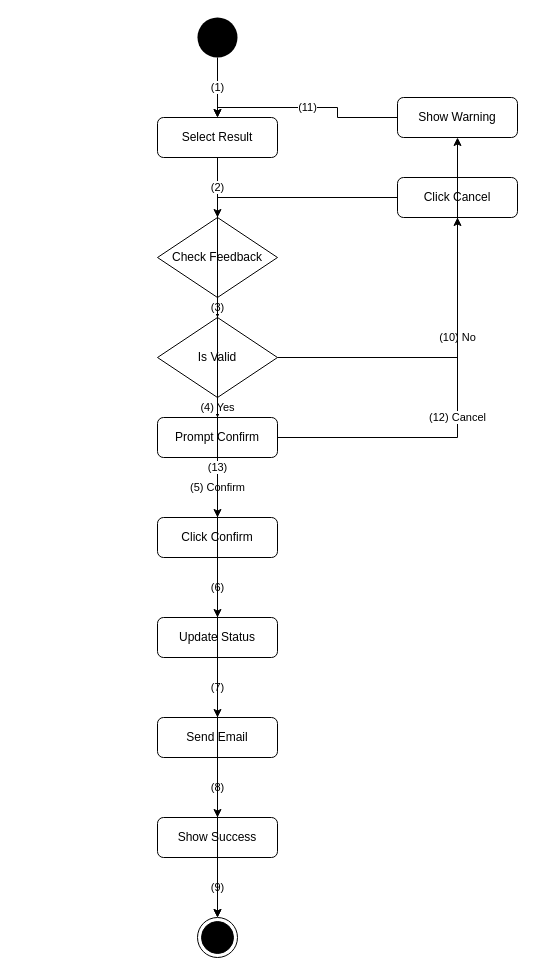
Before: activity_flow/uc44_activity_flow.drawio in kingDlight/UEIMS_Project, a draw.io diagram. Source tidied: cells renumbered, new cells numbered last; positions are measured from the earlier drawing's top-left corner, leaving out a move shared by most shapes. Both pictures are drawn from the tidied source at 100%, with x=0, y=0 at pixel (157, 17).
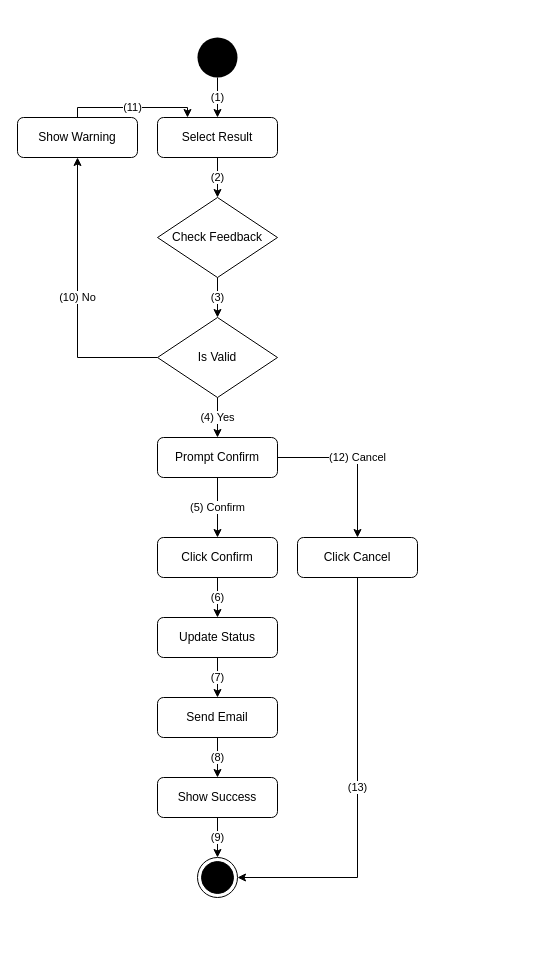
After the change.

The change refers to these unchanged cells:
```xml
<mxCell id="3" value="Select Result" style="rounded=1;whiteSpace=wrap;html=1;" parent="1" vertex="1">
  <mxGeometry y="100" width="120" height="40" as="geometry" />
</mxCell>
<mxCell id="5" value="Is Valid" style="rhombus;whiteSpace=wrap;html=1;" parent="1" vertex="1">
  <mxGeometry y="300" width="120" height="80" as="geometry" />
</mxCell>
```

Diff of the diagram source:
```diff
@@
     <mxCell id="2" style="ellipse;whiteSpace=wrap;html=1;fillColor=#000000;strokeColor=none;" parent="1" vertex="1">
-      <mxGeometry x="40" width="40" height="40" as="geometry" />
+      <mxGeometry x="40" y="20" width="40" height="40" as="geometry" />
     </mxCell>
@@
     <mxCell id="4" value="Check Feedback" style="rhombus;whiteSpace=wrap;html=1;" parent="1" vertex="1">
-      <mxGeometry y="200" width="120" height="80" as="geometry" />
+      <mxGeometry y="180" width="120" height="80" as="geometry" />
     </mxCell>
@@
     <mxCell id="6" value="Prompt Confirm" style="rounded=1;whiteSpace=wrap;html=1;" parent="1" vertex="1">
-      <mxGeometry y="400" width="120" height="40" as="geometry" />
+      <mxGeometry y="420" width="120" height="40" as="geometry" />
     </mxCell>
     <mxCell id="7" value="Click Confirm" style="rounded=1;whiteSpace=wrap;html=1;" parent="1" vertex="1">
-      <mxGeometry y="500" width="120" height="40" as="geometry" />
+      <mxGeometry y="520" width="120" height="40" as="geometry" />
     </mxCell>
@@
     <mxCell id="9" value="Send Email" style="rounded=1;whiteSpace=wrap;html=1;" parent="1" vertex="1">
-      <mxGeometry y="700" width="120" height="40" as="geometry" />
+      <mxGeometry y="680" width="120" height="40" as="geometry" />
     </mxCell>
     <mxCell id="10" value="Show Success" style="rounded=1;whiteSpace=wrap;html=1;" parent="1" vertex="1">
-      <mxGeometry y="800" width="120" height="40" as="geometry" />
+      <mxGeometry y="760" width="120" height="40" as="geometry" />
     </mxCell>
     <mxCell id="11" style="ellipse;html=1;shape=endState;fillColor=#000000;strokeColor=#000000;" parent="1" vertex="1">
-      <mxGeometry x="40" y="900" width="40" height="40" as="geometry" />
+      <mxGeometry x="40" y="840" width="40" height="40" as="geometry" />
     </mxCell>
     <mxCell id="12" value="Show Warning" style="rounded=1;whiteSpace=wrap;html=1;" parent="1" vertex="1">
-      <mxGeometry x="240" y="80" width="120" height="40" as="geometry" />
+      <mxGeometry x="-140" y="100" width="120" height="40" as="geometry" />
     </mxCell>
     <mxCell id="13" value="Click Cancel" style="rounded=1;whiteSpace=wrap;html=1;" parent="1" vertex="1">
-      <mxGeometry x="240" y="160" width="120" height="40" as="geometry" />
+      <mxGeometry x="140" y="520" width="120" height="40" as="geometry" />
     </mxCell>
@@
-    <mxCell id="23" value="(10) No" style="edgeStyle=orthogonalEdgeStyle;rounded=0;html=1;exitX=1;exitY=0.5;entryX=0.5;entryY=1;" parent="1" edge="1" source="5" target="12">
+    <mxCell id="23" value="(10) No" style="edgeStyle=orthogonalEdgeStyle;rounded=0;html=1;exitX=0;exitY=0.5;entryX=0.5;entryY=1;exitDx=0;exitDy=0;" parent="1" edge="1" source="5" target="12">
       <mxGeometry relative="1" as="geometry" />
     </mxCell>
-    <mxCell id="24" value="(11)" style="edgeStyle=orthogonalEdgeStyle;rounded=0;html=1;exitX=0;exitY=0.5;entryX=0.5;entryY=0;" parent="1" edge="1" source="12" target="3">
+    <mxCell id="24" value="(11)" style="edgeStyle=orthogonalEdgeStyle;rounded=0;html=1;exitX=0.5;exitY=0;entryX=0.25;entryY=0;entryDx=0;entryDy=0;exitDx=0;exitDy=0;" parent="1" edge="1" source="12" target="3">
       <mxGeometry relative="1" as="geometry" />
     </mxCell>
-    <mxCell id="25" value="(12) Cancel" style="edgeStyle=orthogonalEdgeStyle;rounded=0;html=1;exitX=1;exitY=0.5;entryX=0.5;entryY=1;" parent="1" edge="1" source="6" target="13">
+    <mxCell id="25" value="(12) Cancel" style="edgeStyle=orthogonalEdgeStyle;rounded=0;html=1;exitX=1;exitY=0.5;entryX=0.5;entryY=0;entryDx=0;entryDy=0;" parent="1" edge="1" source="6" target="13">
       <mxGeometry relative="1" as="geometry" />
     </mxCell>
-    <mxCell id="26" value="(13)" style="edgeStyle=orthogonalEdgeStyle;rounded=0;html=1;exitX=0;exitY=0.5;entryX=0.5;entryY=0;" parent="1" edge="1" source="13" target="11">
+    <mxCell id="26" value="(13)" style="edgeStyle=orthogonalEdgeStyle;rounded=0;html=1;exitX=0.5;exitY=1;entryX=1;entryY=0.5;entryDx=0;entryDy=0;exitDx=0;exitDy=0;" parent="1" edge="1" source="13" target="11">
       <mxGeometry relative="1" as="geometry" />
     </mxCell>
```
